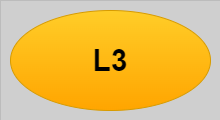
Above: docs/assets/testing/legend-L3.drawio.png in ready-to-release/eac (draw.io), before the change. Source tidied: cells renumbered, new cells last; positions are measured from the earlier drawing's top-left corner, leaving out a move shared by most shapes. The source it was exported from:
```xml
<mxGraphModel background="#CFCFCF">
  <root>
    <mxCell id="0" />
    <mxCell id="1" parent="0" />
    <mxCell id="2" style="group;strokeColor=#616161;dashed=1;dashPattern=12 12;strokeWidth=0;" parent="1" vertex="1">
      <mxGeometry width="220" height="120" as="geometry" />
    </mxCell>
    <mxCell id="3" value="&lt;b&gt;&lt;font style=&quot;font-size: 30px;&quot;&gt;L3&lt;/font&gt;&lt;/b&gt;" style="ellipse;whiteSpace=wrap;html=1;fillColor=#ffcd28;strokeColor=#d79b00;gradientColor=#ffa500;" parent="1" vertex="1">
      <mxGeometry x="10" y="10" width="200" height="100" as="geometry" />
    </mxCell>
  </root>
</mxGraphModel>
```
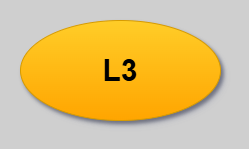
The same file after the commit.

What changed in the source:
```diff
@@ -1,12 +1,12 @@
-<mxGraphModel background="#CFCFCF">
+<mxGraphModel background="#CFCFCF" shadow="1">
   <root>
     <mxCell id="0" />
     <mxCell id="1" parent="0" />
-    <mxCell id="2" style="group;strokeColor=#616161;dashed=1;dashPattern=12 12;strokeWidth=0;" parent="1" vertex="1">
-      <mxGeometry width="220" height="120" as="geometry" />
-    </mxCell>
-    <mxCell id="3" value="&lt;b&gt;&lt;font style=&quot;font-size: 30px;&quot;&gt;L3&lt;/font&gt;&lt;/b&gt;" style="ellipse;whiteSpace=wrap;html=1;fillColor=#ffcd28;strokeColor=#d79b00;gradientColor=#ffa500;" parent="1" vertex="1">
+    <mxCell id="3" value="&lt;b&gt;&lt;font style=&quot;font-size: 30px;&quot;&gt;L3&lt;/font&gt;&lt;/b&gt;" style="ellipse;whiteSpace=wrap;html=1;fillColor=#ffcd28;strokeColor=#d79b00;gradientColor=#ffa500;shadow=1;" parent="1" vertex="1">
       <mxGeometry x="10" y="10" width="200" height="100" as="geometry" />
     </mxCell>
+    <mxCell id="4" style="rounded=0;strokeColor=none;fillColor=none;" parent="1" vertex="1">
+      <mxGeometry x="-10" y="-10" width="238" height="138" as="geometry" />
+    </mxCell>
   </root>
 </mxGraphModel>
```
